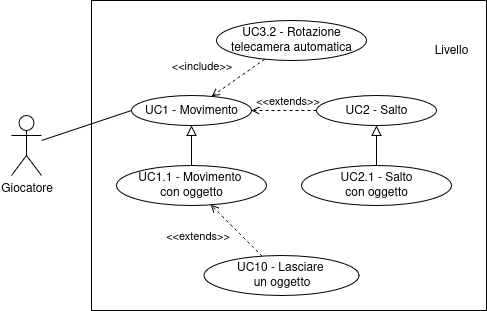
This is Documentazione/source/imgs/uc-movimento.png from fliposab/ProgettoStage, a draw.io export, as it was before one commit. Source tidied: cells renumbered, new cells last; positions are measured from the earlier drawing's top-left corner, leaving out a move shared by most shapes.
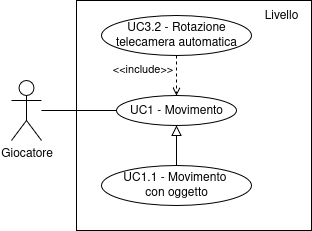
Later version of the same file.

Diff of the diagram source:
```diff
@@ -3,19 +3,19 @@
     <mxCell id="0" />
     <mxCell id="1" parent="0" />
     <mxCell id="2" style="rounded=0;whiteSpace=wrap;html=1;gradientColor=none;" parent="1" vertex="1">
-      <mxGeometry x="80" width="395" height="310" as="geometry" />
+      <mxGeometry x="80" width="235" height="230" as="geometry" />
     </mxCell>
     <mxCell id="3" style="rounded=0;jettySize=auto;html=1;entryX=0;entryY=0.5;entryDx=0;entryDy=0;endArrow=none;startFill=0;" parent="1" edge="1" source="4" target="5">
       <mxGeometry relative="1" as="geometry" />
     </mxCell>
     <mxCell id="4" value="Giocatore" style="shape=umlActor;verticalLabelPosition=bottom;verticalAlign=top;html=1;outlineConnect=0;" parent="1" vertex="1">
-      <mxGeometry y="115" width="30" height="60" as="geometry" />
+      <mxGeometry x="15" y="80" width="30" height="60" as="geometry" />
     </mxCell>
     <mxCell id="5" value="UC1 - Movimento" style="ellipse;whiteSpace=wrap;html=1;" parent="1" vertex="1">
       <mxGeometry x="120" y="95" width="120" height="30" as="geometry" />
     </mxCell>
     <mxCell id="6" value="Livello" style="text;html=1;align=center;verticalAlign=middle;whiteSpace=wrap;rounded=0;" parent="1" vertex="1">
-      <mxGeometry x="410" y="35" width="60" height="30" as="geometry" />
+      <mxGeometry x="255" width="60" height="30" as="geometry" />
     </mxCell>
     <mxCell id="7" style="edgeStyle=none;curved=1;rounded=0;jettySize=auto;html=1;entryX=0.5;entryY=1;entryDx=0;entryDy=0;fontSize=12;startSize=8;endSize=8;endArrow=block;endFill=0;" parent="1" edge="1" source="8" target="5">
       <mxGeometry relative="1" as="geometry" />
@@ -24,43 +24,15 @@
       <mxGeometry x="105" y="165" width="150" height="40" as="geometry" />
     </mxCell>
     <mxCell id="9" value="&lt;div&gt;UC3.2 - Rotazione&lt;/div&gt;&lt;div&gt;telecamera automatica&lt;/div&gt;" style="ellipse;whiteSpace=wrap;html=1;" parent="1" vertex="1">
-      <mxGeometry x="205" y="20" width="150" height="40" as="geometry" />
+      <mxGeometry x="105" y="15" width="150" height="40" as="geometry" />
     </mxCell>
     <mxCell id="10" style="rounded=0;jettySize=auto;html=1;endArrow=open;endFill=0;dashed=1;" parent="1" edge="1" source="9" target="5">
       <mxGeometry relative="1" as="geometry" />
     </mxCell>
     <mxCell id="11" value="&amp;lt;&amp;lt;include&amp;gt;&amp;gt;" style="edgeLabel;html=1;align=center;verticalAlign=middle;labelBackgroundColor=none;" parent="10" vertex="1">
       <mxGeometry x="-0.32" y="1" relative="1" as="geometry">
-        <mxPoint x="-46" y="-7" as="offset" />
+        <mxPoint x="-36" y="-1" as="offset" />
       </mxGeometry>
     </mxCell>
-    <mxCell id="12" value="UC2 - Salto" style="ellipse;whiteSpace=wrap;html=1;" parent="1" vertex="1">
-      <mxGeometry x="305" y="95" width="120" height="30" as="geometry" />
-    </mxCell>
-    <mxCell id="13" style="rounded=0;jettySize=auto;html=1;endArrow=open;endFill=0;dashed=1;exitX=0;exitY=0.5;exitDx=0;exitDy=0;" parent="1" edge="1" source="12" target="5">
-      <mxGeometry relative="1" as="geometry" />
-    </mxCell>
-    <mxCell id="14" value="&amp;lt;&amp;lt;extends&amp;gt;&amp;gt;" style="edgeLabel;html=1;align=center;verticalAlign=middle;labelBackgroundColor=none;" parent="13" vertex="1">
-      <mxGeometry x="-0.32" y="1" relative="1" as="geometry">
-        <mxPoint x="-8" y="-11" as="offset" />
-      </mxGeometry>
-    </mxCell>
-    <mxCell id="15" style="rounded=0;jettySize=auto;html=1;dashed=1;endArrow=open;endFill=0;endSize=6;" parent="1" edge="1" source="17" target="8">
-      <mxGeometry relative="1" as="geometry" />
-    </mxCell>
-    <mxCell id="16" value="&amp;lt;&amp;lt;extends&amp;gt;&amp;gt;" style="edgeLabel;html=1;align=center;verticalAlign=middle;" parent="15" vertex="1">
-      <mxGeometry x="-0.12" y="3" relative="1" as="geometry">
-        <mxPoint x="-40" as="offset" />
-      </mxGeometry>
-    </mxCell>
-    <mxCell id="17" value="&lt;div&gt;UC10 - Lasciare&amp;nbsp;&lt;/div&gt;&lt;div&gt;un oggetto&lt;/div&gt;" style="ellipse;whiteSpace=wrap;html=1;" parent="1" vertex="1">
-      <mxGeometry x="192.5" y="255" width="155" height="40" as="geometry" />
-    </mxCell>
-    <mxCell id="18" style="edgeStyle=none;curved=1;rounded=0;jettySize=auto;html=1;fontSize=12;startSize=8;endSize=8;endArrow=block;endFill=0;" parent="1" edge="1" source="19" target="12">
-      <mxGeometry relative="1" as="geometry" />
-    </mxCell>
-    <mxCell id="19" value="&lt;div&gt;UC2.1 - Salto&lt;/div&gt;&lt;div&gt;con oggetto&lt;/div&gt;" style="ellipse;whiteSpace=wrap;html=1;" parent="1" vertex="1">
-      <mxGeometry x="290" y="165" width="150" height="40" as="geometry" />
-    </mxCell>
   </root>
 </mxGraphModel>
```
